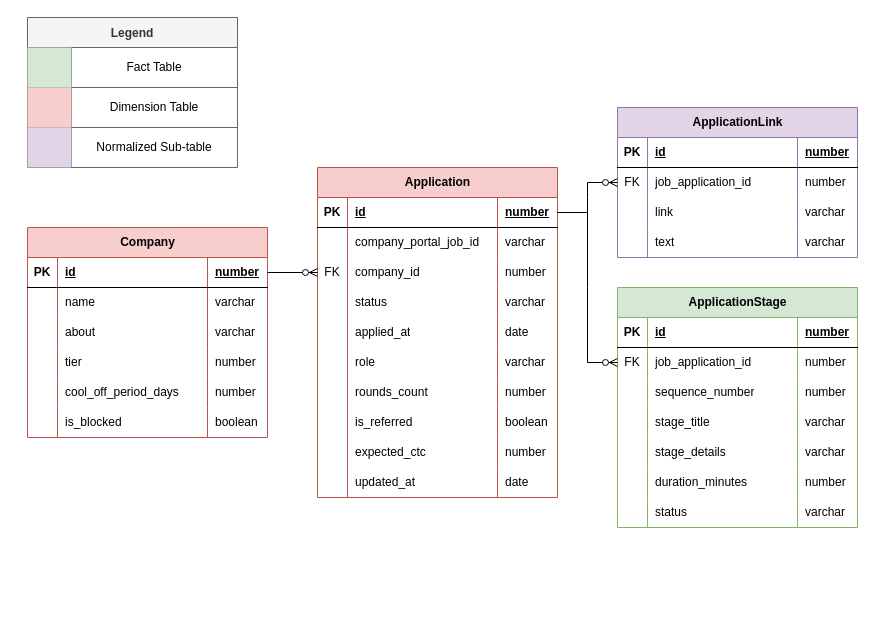
Earlier version of the draw.io diagram db_design.drawio (dipanshu-mahato/job_status_tracker). Source tidied: cells renumbered, new cells numbered last; positions are measured from the earlier drawing's top-left corner, leaving out a move shared by most shapes. Both pictures are drawn from the tidied source at 100%, with x=0, y=0 at pixel (27, 17).
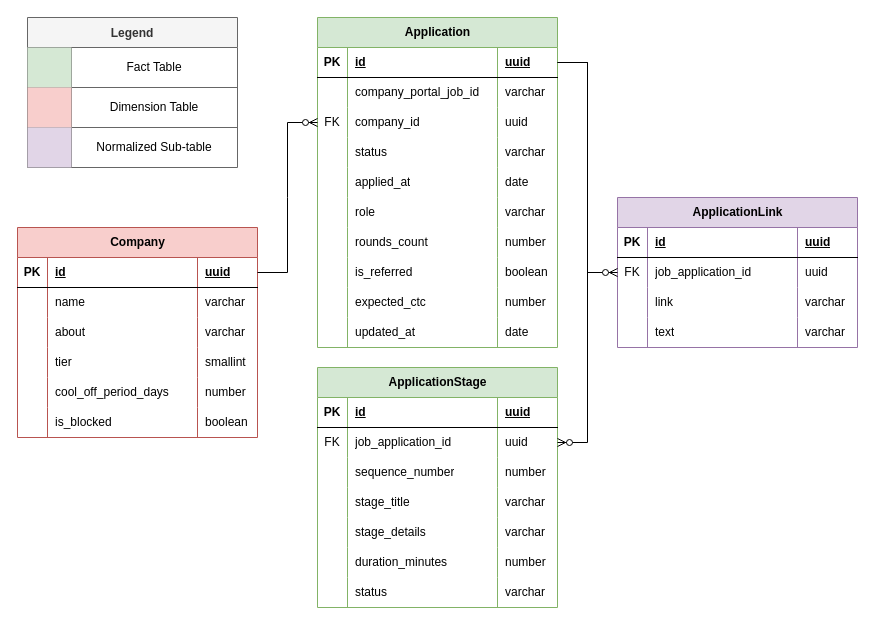
Above is the later version.

Unchanged cells that the change refers to:
```xml
<mxCell id="3" style="shape=tableRow;horizontal=0;startSize=0;swimlaneHead=0;swimlaneBody=0;fillColor=none;points=[[0,0.5],[1,0.5]];portConstraint=eastwest;top=0;left=0;right=0;bottom=1;" parent="2" vertex="1">
  <mxGeometry y="30" width="240" height="30" as="geometry" />
</mxCell>
<mxCell id="15" style="shape=tableRow;horizontal=0;startSize=0;swimlaneHead=0;swimlaneBody=0;fillColor=none;top=0;left=0;right=0;bottom=0;" parent="2" vertex="1">
  <mxGeometry y="120" width="240" height="30" as="geometry" />
</mxCell>
<mxCell id="28" style="shape=tableRow;horizontal=0;startSize=0;swimlaneHead=0;swimlaneBody=0;fillColor=none;points=[[0,0.5],[1,0.5]];portConstraint=eastwest;top=0;left=0;right=0;bottom=1;" parent="27" vertex="1">
  <mxGeometry y="30" width="240" height="30" as="geometry" />
</mxCell>
<mxCell id="36" style="shape=tableRow;horizontal=0;startSize=0;swimlaneHead=0;swimlaneBody=0;fillColor=none;points=[[0,0.5],[1,0.5]];portConstraint=eastwest;top=0;left=0;right=0;bottom=0;" parent="27" vertex="1">
  <mxGeometry y="90" width="240" height="30" as="geometry" />
</mxCell>
<mxCell id="69" style="shape=tableRow;horizontal=0;startSize=0;swimlaneHead=0;swimlaneBody=0;fillColor=none;top=0;left=0;right=0;bottom=1;" parent="68" vertex="1">
  <mxGeometry y="30" width="240" height="30" as="geometry" />
</mxCell>
<mxCell id="73" style="shape=tableRow;horizontal=0;startSize=0;swimlaneHead=0;swimlaneBody=0;fillColor=none;points=[[0,0.5],[1,0.5]];portConstraint=eastwest;top=0;left=0;right=0;bottom=0;" parent="68" vertex="1">
  <mxGeometry y="60" width="240" height="30" as="geometry" />
</mxCell>
<mxCell id="86" style="shape=tableRow;horizontal=0;startSize=0;swimlaneHead=0;swimlaneBody=0;fillColor=none;top=0;left=0;right=0;bottom=1;" parent="85" vertex="1">
  <mxGeometry y="30" width="240" height="30" as="geometry" />
</mxCell>
<mxCell id="90" style="shape=tableRow;horizontal=0;startSize=0;swimlaneHead=0;swimlaneBody=0;fillColor=none;points=[[0,0.5],[1,0.5]];portConstraint=eastwest;top=0;left=0;right=0;bottom=0;" parent="85" vertex="1">
  <mxGeometry y="60" width="240" height="30" as="geometry" />
</mxCell>
```

Diff of the diagram source:
```diff
@@
     <mxCell id="2" value="Company" style="shape=table;startSize=30;childLayout=tableLayout;rowLines=0;fontStyle=1;align=center;html=1;fillColor=#f8cecc;strokeColor=#b85450;" parent="1" vertex="1">
-      <mxGeometry y="210" width="240" height="210" as="geometry" />
+      <mxGeometry x="-10" y="210" width="240" height="210" as="geometry" />
     </mxCell>
@@
-    <mxCell id="6" value="number" style="shape=partialRectangle;fillColor=none;top=0;left=0;bottom=0;right=0;align=left;spacingLeft=6;fontStyle=5;overflow=hidden;whiteSpace=wrap;html=1;" parent="3" vertex="1">
+    <mxCell id="6" value="uuid" style="shape=partialRectangle;fillColor=none;top=0;left=0;bottom=0;right=0;align=left;spacingLeft=6;fontStyle=5;overflow=hidden;whiteSpace=wrap;html=1;" parent="3" vertex="1">
       <mxGeometry x="180" width="60" height="30" as="geometry" />
     </mxCell>
@@
-    <mxCell id="18" value="number" style="shape=partialRectangle;fillColor=none;top=0;left=0;bottom=0;right=0;align=left;spacingLeft=6;overflow=hidden;whiteSpace=wrap;html=1;" parent="15" vertex="1">
+    <mxCell id="18" value="smallint" style="shape=partialRectangle;fillColor=none;top=0;left=0;bottom=0;right=0;align=left;spacingLeft=6;overflow=hidden;whiteSpace=wrap;html=1;" parent="15" vertex="1">
       <mxGeometry x="180" width="60" height="30" as="geometry" />
     </mxCell>
@@
-    <mxCell id="27" value="Application" style="shape=table;startSize=30;childLayout=tableLayout;rowLines=0;fontStyle=1;align=center;html=1;fillColor=#f8cecc;strokeColor=#b85450;" parent="1" vertex="1">
-      <mxGeometry x="290" y="150" width="240" height="330" as="geometry" />
+    <mxCell id="27" value="Application" style="shape=table;startSize=30;childLayout=tableLayout;rowLines=0;fontStyle=1;align=center;html=1;fillColor=#d5e8d4;strokeColor=#82b366;" parent="1" vertex="1">
+      <mxGeometry x="290" width="240" height="330" as="geometry" />
     </mxCell>
@@
-    <mxCell id="31" value="number" style="shape=partialRectangle;fillColor=none;top=0;left=0;bottom=0;right=0;align=left;spacingLeft=6;fontStyle=5;overflow=hidden;whiteSpace=wrap;html=1;" parent="28" vertex="1">
+    <mxCell id="31" value="uuid" style="shape=partialRectangle;fillColor=none;top=0;left=0;bottom=0;right=0;align=left;spacingLeft=6;fontStyle=5;overflow=hidden;whiteSpace=wrap;html=1;" parent="28" vertex="1">
       <mxGeometry x="180" width="60" height="30" as="geometry" />
     </mxCell>
@@
-    <mxCell id="39" value="number" style="shape=partialRectangle;fillColor=none;top=0;left=0;bottom=0;right=0;align=left;spacingLeft=6;overflow=hidden;whiteSpace=wrap;html=1;" parent="36" vertex="1">
+    <mxCell id="39" value="uuid" style="shape=partialRectangle;fillColor=none;top=0;left=0;bottom=0;right=0;align=left;spacingLeft=6;overflow=hidden;whiteSpace=wrap;html=1;" parent="36" vertex="1">
       <mxGeometry x="180" width="60" height="30" as="geometry" />
     </mxCell>
@@
     <mxCell id="68" value="ApplicationLink" style="shape=table;startSize=30;childLayout=tableLayout;rowLines=0;fontStyle=1;align=center;html=1;fillColor=#e1d5e7;strokeColor=#9673a6;" parent="1" vertex="1">
-      <mxGeometry x="590" y="90" width="240" height="150" as="geometry" />
+      <mxGeometry x="590" y="180" width="240" height="150" as="geometry" />
     </mxCell>
@@
-    <mxCell id="72" value="number" style="shape=partialRectangle;fillColor=none;top=0;left=0;bottom=0;right=0;align=left;spacingLeft=6;fontStyle=5;overflow=hidden;whiteSpace=wrap;html=1;" parent="69" vertex="1">
+    <mxCell id="72" value="uuid" style="shape=partialRectangle;fillColor=none;top=0;left=0;bottom=0;right=0;align=left;spacingLeft=6;fontStyle=5;overflow=hidden;whiteSpace=wrap;html=1;" parent="69" vertex="1">
       <mxGeometry x="180" width="60" height="30" as="geometry" />
     </mxCell>
@@
-    <mxCell id="76" value="number" style="shape=partialRectangle;fillColor=none;top=0;left=0;bottom=0;right=0;align=left;spacingLeft=6;overflow=hidden;whiteSpace=wrap;html=1;" parent="73" vertex="1">
+    <mxCell id="76" value="uuid" style="shape=partialRectangle;fillColor=none;top=0;left=0;bottom=0;right=0;align=left;spacingLeft=6;overflow=hidden;whiteSpace=wrap;html=1;" parent="73" vertex="1">
       <mxGeometry x="180" width="60" height="30" as="geometry" />
     </mxCell>
@@
     <mxCell id="85" value="ApplicationStage" style="shape=table;startSize=30;childLayout=tableLayout;rowLines=0;fontStyle=1;align=center;html=1;fillColor=#d5e8d4;strokeColor=#82b366;" parent="1" vertex="1">
-      <mxGeometry x="590" y="270" width="240" height="240" as="geometry" />
+      <mxGeometry x="290" y="350" width="240" height="240" as="geometry" />
     </mxCell>
@@
-    <mxCell id="89" value="number" style="shape=partialRectangle;fillColor=none;top=0;left=0;bottom=0;right=0;align=left;spacingLeft=6;fontStyle=5;overflow=hidden;whiteSpace=wrap;html=1;" parent="86" vertex="1">
+    <mxCell id="89" value="uuid" style="shape=partialRectangle;fillColor=none;top=0;left=0;bottom=0;right=0;align=left;spacingLeft=6;fontStyle=5;overflow=hidden;whiteSpace=wrap;html=1;" parent="86" vertex="1">
       <mxGeometry x="180" width="60" height="30" as="geometry" />
     </mxCell>
@@
-    <mxCell id="93" value="number" style="shape=partialRectangle;fillColor=none;top=0;left=0;bottom=0;right=0;align=left;spacingLeft=6;overflow=hidden;whiteSpace=wrap;html=1;" parent="90" vertex="1">
+    <mxCell id="93" value="uuid" style="shape=partialRectangle;fillColor=none;top=0;left=0;bottom=0;right=0;align=left;spacingLeft=6;overflow=hidden;whiteSpace=wrap;html=1;" parent="90" vertex="1">
       <mxGeometry x="180" width="60" height="30" as="geometry" />
     </mxCell>
@@
-    <mxCell id="126" style="edgeStyle=entityRelationEdgeStyle;fontSize=12;html=1;endArrow=ERzeroToMany;endFill=1;rounded=0;exitX=1;exitY=0.5;exitDx=0;exitDy=0;entryX=0;entryY=0.5;entryDx=0;entryDy=0;" parent="1" edge="1" source="28" target="90">
+    <mxCell id="126" style="edgeStyle=entityRelationEdgeStyle;fontSize=12;html=1;endArrow=ERzeroToMany;endFill=1;rounded=0;exitX=1;exitY=0.5;exitDx=0;exitDy=0;entryX=1;entryY=0.5;entryDx=0;entryDy=0;" parent="1" edge="1" source="28" target="90">
       <mxGeometry relative="1" as="geometry" />
     </mxCell>
```
